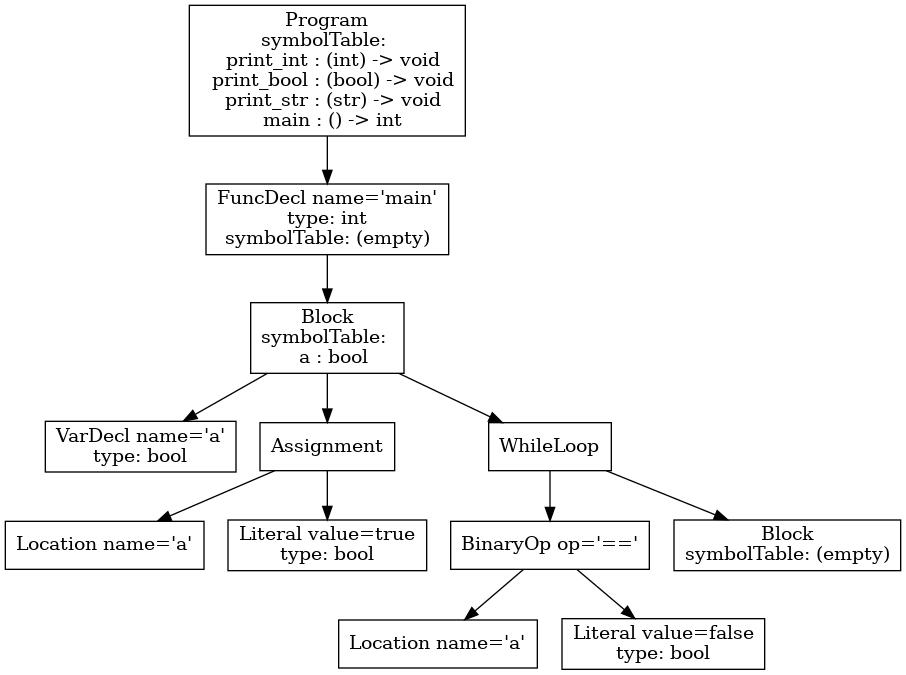
This is ast.png from vtstew/p3-analysis, a Graphviz export, as it was before one commit. Its source is kept beside it as ast.dot.
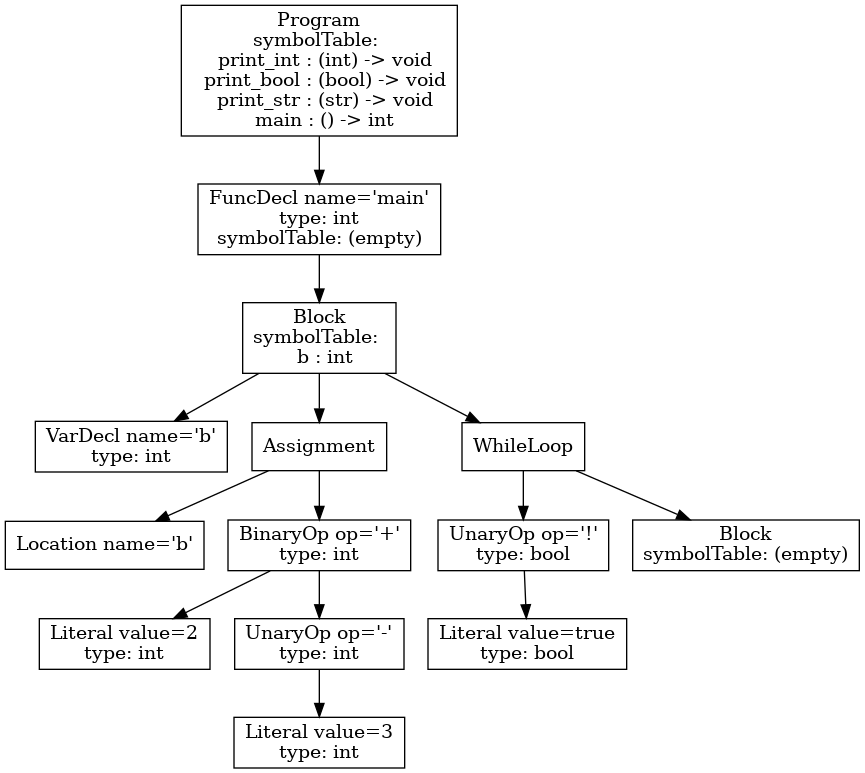
Later version of the same file.

Diff of the diagram source:
```diff
@@ -1,23 +1,27 @@
 digraph AST {
-3 [shape=box, label="VarDecl name='a'\ntype: bool"];
-5 [shape=box, label="Location name='a'"];
-6 [shape=box, label="Literal value=true\ntype: bool"];
+3 [shape=box, label="VarDecl name='b'\ntype: int"];
+5 [shape=box, label="Location name='b'"];
+7 [shape=box, label="Literal value=2\ntype: int"];
+9 [shape=box, label="Literal value=3\ntype: int"];
+8 [shape=box, label="UnaryOp op='-'\ntype: int"];
+8 -> 9;
+6 [shape=box, label="BinaryOp op='+'\ntype: int"];
+6 -> 7;
+6 -> 8;
 4 [shape=box, label="Assignment"];
 4 -> 5;
 4 -> 6;
-9 [shape=box, label="Location name='a'"];
-10 [shape=box, label="Literal value=false\ntype: bool"];
-8 [shape=box, label="BinaryOp op='=='"];
-8 -> 9;
-8 -> 10;
-11 [shape=box, label="Block\nsymbolTable: (empty)"];
-7 [shape=box, label="WhileLoop"];
-7 -> 8;
-7 -> 11;
-2 [shape=box, label="Block\nsymbolTable: \n  a : bool"];
+12 [shape=box, label="Literal value=true\ntype: bool"];
+11 [shape=box, label="UnaryOp op='!'\ntype: bool"];
+11 -> 12;
+13 [shape=box, label="Block\nsymbolTable: (empty)"];
+10 [shape=box, label="WhileLoop"];
+10 -> 11;
+10 -> 13;
+2 [shape=box, label="Block\nsymbolTable: \n  b : int"];
 2 -> 3;
 2 -> 4;
-2 -> 7;
+2 -> 10;
 1 [shape=box, label="FuncDecl name='main'\ntype: int\nsymbolTable: (empty)"];
 1 -> 2;
 0 [shape=box, label="Program\nsymbolTable: \n  print_int : (int) -> void\n  print_bool : (bool) -> void\n  print_str : (str) -> void\n  main : () -> int"];
```
